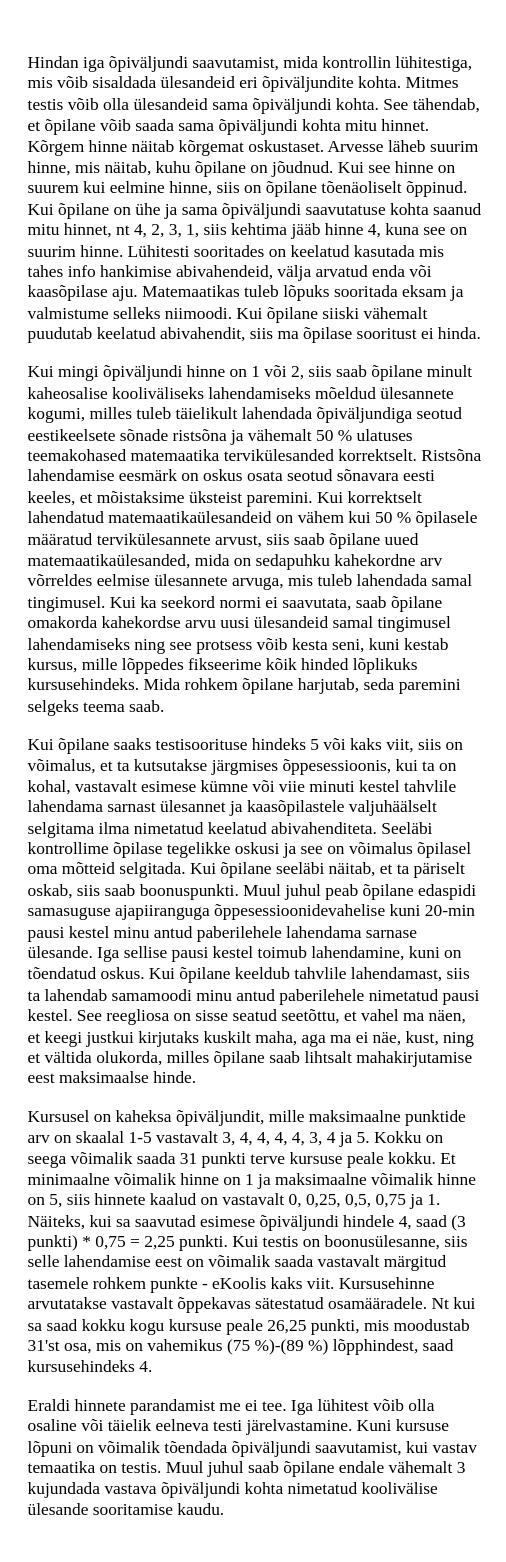
The draw.io diagram page "Hindamine" (2 of 2) of rmd/matemaatika-kitsas-2.drawio in piiskop/matemaatika-kitsas-2, before the edit. Source tidied: cells renumbered, new cells numbered last; positions are measured from the earlier drawing's top-left corner, leaving out a move shared by most shapes. Both pictures are drawn from the tidied source at 145%, with x=0, y=0 at pixel (25, 25).
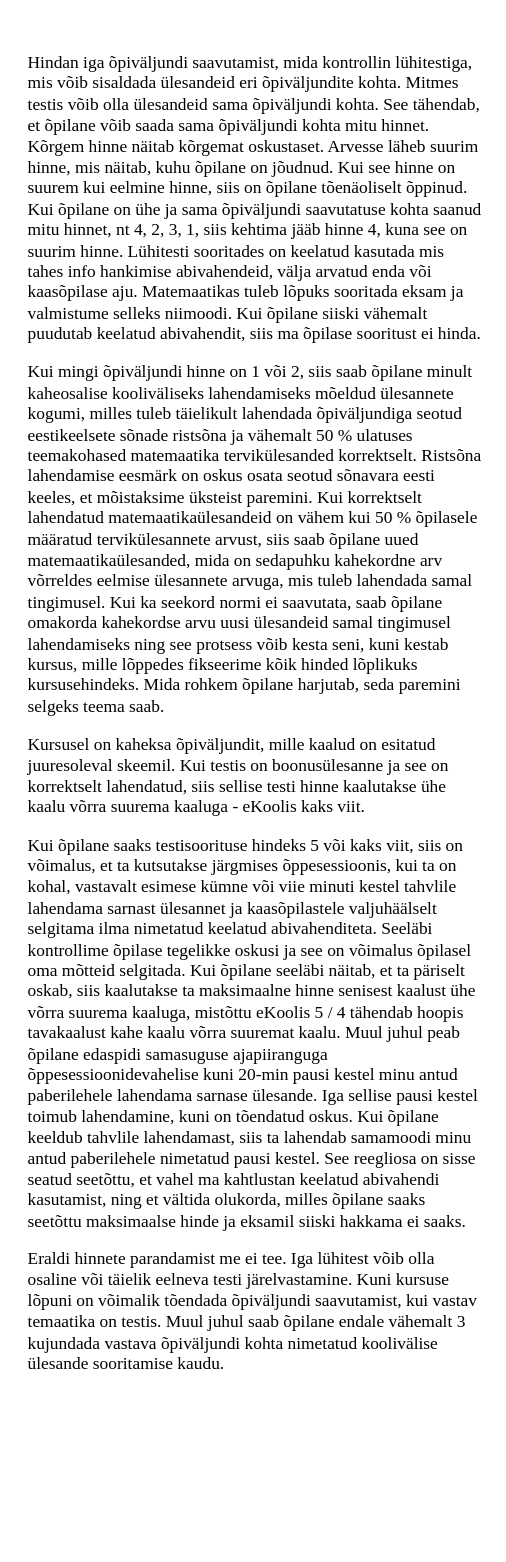
Above is the later version.

Diff of the diagram source:
```diff
@@
 <mxGraphModel>
   <root>
     <mxCell id="0" />
     <mxCell id="1" parent="0" />
-    <mxCell id="2" value="&lt;p&gt;Hindan iga õpiväljundi saavutamist, mida kontrollin lühitestiga, mis võib sisaldada ülesandeid eri õpiväljundite kohta. Mitmes testis võib olla ülesandeid sama õpiväljundi kohta. See tähendab, et õpilane võib saada sama õpiväljundi kohta mitu hinnet. Kõrgem hinne näitab kõrgemat oskustaset. Arvesse läheb suurim hinne, mis näitab, kuhu õpilane on jõudnud. Kui see hinne on suurem kui eelmine hinne, siis on õpilane tõenäoliselt õppinud. Kui õpilane on ühe ja sama õpiväljundi saavutatuse kohta saanud mitu hinnet, nt 4, 2, 3, 1, siis kehtima jääb hinne 4, kuna see on suurim&amp;nbsp;hinne. Lühitesti sooritades on keelatud kasutada mis tahes info hankimise abivahendeid, välja arvatud enda või kaasõpilase aju. Matemaatikas tuleb lõpuks sooritada eksam ja valmistume selleks niimoodi. Kui õpilane siiski vähemalt puudutab keelatud abivahendit, siis ma õpilase sooritust ei hinda.&lt;/p&gt;&lt;p&gt;&lt;/p&gt;&lt;p&gt;Kui mingi õpiväljundi hinne on 1 või 2, siis saab õpilane minult kaheosalise kooliväliseks lahendamiseks mõeldud ülesannete kogumi, milles tuleb täielikult lahendada õpiväljundiga seotud eestikeelsete sõnade ristsõna ja vähemalt 50 % ulatuses teemakohased matemaatika tervikülesanded korrektselt. Ristsõna lahendamise eesmärk on oskus osata seotud sõnavara eesti keeles, et mõistaksime üksteist paremini. Kui korrektselt lahendatud matemaatikaülesandeid on vähem kui 50 % õpilasele määratud tervikülesannete arvust, siis saab õpilane uued matemaatikaülesanded, mida on sedapuhku kahekordne arv võrreldes eelmise ülesannete arvuga, mis tuleb lahendada samal tingimusel. Kui ka seekord normi ei saavutata, saab õpilane omakorda kahekordse arvu uusi ülesandeid samal tingimusel lahendamiseks ning see protsess võib kesta seni, kuni kestab kursus, mille lõppedes fikseerime kõik hinded lõplikuks kursusehindeks. Mida rohkem õpilane harjutab, seda paremini selgeks teema saab.&lt;/p&gt;&lt;p&gt;&lt;/p&gt;&lt;p&gt;Kui õpilane saaks testisoorituse hindeks 5 või kaks viit, siis on võimalus, et ta kutsutakse järgmises õppesessioonis, kui ta on kohal, vastavalt esimese kümne või viie minuti kestel tahvlile lahendama sarnast ülesannet ja kaasõpilastele valjuhäälselt selgitama ilma nimetatud keelatud abivahenditeta. Seeläbi kontrollime õpilase tegelikke oskusi ja see on võimalus õpilasel oma mõtteid selgitada. Kui õpilane seeläbi näitab, et ta päriselt oskab, siis saab boonuspunkti. Muul juhul peab õpilane edaspidi samasuguse ajapiiranguga õppesessioonidevahelise kuni 20-min pausi kestel minu antud paberilehele lahendama sarnase ülesande. Iga sellise pausi kestel toimub lahendamine, kuni on tõendatud oskus. Kui õpilane keeldub tahvlile lahendamast, siis ta lahendab samamoodi minu antud paberilehele nimetatud pausi kestel. See reegliosa on sisse seatud seetõttu, et vahel ma näen, et keegi justkui kirjutaks kuskilt maha, aga ma ei näe, kust, ning et vältida olukorda, milles õpilane saab lihtsalt mahakirjutamise eest maksimaalse hinde.&lt;/p&gt;&lt;p&gt;&lt;/p&gt;&lt;p&gt;Kursusel on kaheksa õpiväljundit, mille maksimaalne punktide arv on skaalal 1-5 vastavalt 3, 4, 4, 4, 4, 3, 4 ja 5. Kokku on seega võimalik saada 31 punkti terve kursuse peale kokku. Et minimaalne võimalik hinne on 1 ja maksimaalne võimalik hinne on 5, siis hinnete kaalud on vastavalt 0, 0,25, 0,5, 0,75 ja 1. Näiteks, kui sa saavutad esimese õpiväljundi hindele 4, saad (3 punkti) * 0,75 = 2,25 punkti. Kui testis on boonusülesanne, siis selle lahendamise eest on võimalik saada vastavalt märgitud tasemele rohkem punkte - eKoolis kaks viit. Kursusehinne arvutatakse vastavalt õppekavas sätestatud osamääradele. Nt kui sa saad kokku kogu kursuse peale 26,25 punkti, mis moodustab 31'st osa, mis on vahemikus (75 %)-(89 %) lõpphindest, saad kursusehindeks 4.&lt;/p&gt;&lt;p&gt;&lt;/p&gt;&lt;p&gt;Eraldi hinnete parandamist me ei tee. Iga lühitest võib olla osaline või täielik eelneva testi järelvastamine. Kuni kursuse lõpuni on võimalik tõendada õpiväljundi saavutamist, kui vastav temaatika on testis. Muul juhul saab õpilane endale vähemalt 3 kujundada vastava õpiväljundi kohta nimetatud koolivälise ülesande sooritamise kaudu.&lt;/p&gt;" style="text;whiteSpace=wrap;html=1;fontFamily=Times New Roman;" parent="1" vertex="1">
+    <mxCell id="2" value="&lt;p&gt;Hindan iga õpiväljundi saavutamist, mida kontrollin lühitestiga, mis võib sisaldada ülesandeid eri õpiväljundite kohta. Mitmes testis võib olla ülesandeid sama õpiväljundi kohta. See tähendab, et õpilane võib saada sama õpiväljundi kohta mitu hinnet. Kõrgem hinne näitab kõrgemat oskustaset. Arvesse läheb suurim hinne, mis näitab, kuhu õpilane on jõudnud. Kui see hinne on suurem kui eelmine hinne, siis on õpilane tõenäoliselt õppinud. Kui õpilane on ühe ja sama õpiväljundi saavutatuse kohta saanud mitu hinnet, nt 4, 2, 3, 1, siis kehtima jääb hinne 4, kuna see on suurim&amp;nbsp;hinne. Lühitesti sooritades on keelatud kasutada mis tahes info hankimise abivahendeid, välja arvatud enda või kaasõpilase aju. Matemaatikas tuleb lõpuks sooritada eksam ja valmistume selleks niimoodi. Kui õpilane siiski vähemalt puudutab keelatud abivahendit, siis ma õpilase sooritust ei hinda.&lt;/p&gt;&lt;p&gt;&lt;/p&gt;&lt;p&gt;Kui mingi õpiväljundi hinne on 1 või 2, siis saab õpilane minult kaheosalise kooliväliseks lahendamiseks mõeldud ülesannete kogumi, milles tuleb täielikult lahendada õpiväljundiga seotud eestikeelsete sõnade ristsõna ja vähemalt 50 % ulatuses teemakohased matemaatika tervikülesanded korrektselt. Ristsõna lahendamise eesmärk on oskus osata seotud sõnavara eesti keeles, et mõistaksime üksteist paremini. Kui korrektselt lahendatud matemaatikaülesandeid on vähem kui 50 % õpilasele määratud tervikülesannete arvust, siis saab õpilane uued matemaatikaülesanded, mida on sedapuhku kahekordne arv võrreldes eelmise ülesannete arvuga, mis tuleb lahendada samal tingimusel. Kui ka seekord normi ei saavutata, saab õpilane omakorda kahekordse arvu uusi ülesandeid samal tingimusel lahendamiseks ning see protsess võib kesta seni, kuni kestab kursus, mille lõppedes fikseerime kõik hinded lõplikuks kursusehindeks. Mida rohkem õpilane harjutab, seda paremini selgeks teema saab.&lt;/p&gt;&lt;p&gt;&lt;/p&gt;&lt;p&gt;Kursusel on kaheksa õpiväljundit, mille kaalud on esitatud juuresoleval skeemil. Kui testis on boonusülesanne ja see on korrektselt lahendatud, siis sellise testi hinne kaalutakse ühe kaalu võrra suurema kaaluga - eKoolis kaks viit.&lt;/p&gt;&lt;p&gt;&lt;/p&gt;&lt;p&gt;Kui õpilane saaks testisoorituse hindeks 5 või kaks viit, siis on võimalus, et ta kutsutakse järgmises õppesessioonis, kui ta on kohal, vastavalt esimese kümne või viie minuti kestel tahvlile lahendama sarnast ülesannet ja kaasõpilastele valjuhäälselt selgitama ilma nimetatud keelatud abivahenditeta. Seeläbi kontrollime õpilase tegelikke oskusi ja see on võimalus õpilasel oma mõtteid selgitada. Kui õpilane seeläbi näitab, et ta päriselt oskab, siis kaalutakse ta maksimaalne hinne senisest kaalust ühe võrra suurema kaaluga, mistõttu eKoolis 5 / 4 tähendab hoopis tavakaalust kahe kaalu võrra suuremat kaalu. Muul juhul peab õpilane edaspidi samasuguse ajapiiranguga õppesessioonidevahelise kuni 20-min pausi kestel minu antud paberilehele lahendama sarnase ülesande. Iga sellise pausi kestel toimub lahendamine, kuni on tõendatud oskus. Kui õpilane keeldub tahvlile lahendamast, siis ta lahendab samamoodi minu antud paberilehele nimetatud pausi kestel. See reegliosa on sisse seatud seetõttu, et vahel ma kahtlustan keelatud abivahendi kasutamist, ning et vältida olukorda, milles õpilane saaks seetõttu maksimaalse hinde ja eksamil siiski hakkama ei saaks.&lt;/p&gt;&lt;p&gt;&lt;/p&gt;&lt;p&gt;&lt;span style=&quot;background-color: initial;&quot;&gt;Eraldi hinnete parandamist me ei tee. Iga lühitest võib olla osaline või täielik eelneva testi järelvastamine. Kuni kursuse lõpuni on võimalik tõendada õpiväljundi saavutamist, kui vastav temaatika on testis. Muul juhul saab õpilane endale vähemalt 3 kujundada vastava õpiväljundi kohta nimetatud koolivälise ülesande sooritamise kaudu.&lt;/span&gt;&lt;br&gt;&lt;/p&gt;" style="text;whiteSpace=wrap;html=1;fontFamily=Times New Roman;" parent="1" vertex="1">
       <mxGeometry width="315" height="1040" as="geometry" />
     </mxCell>
   </root>
 </mxGraphModel>
```
